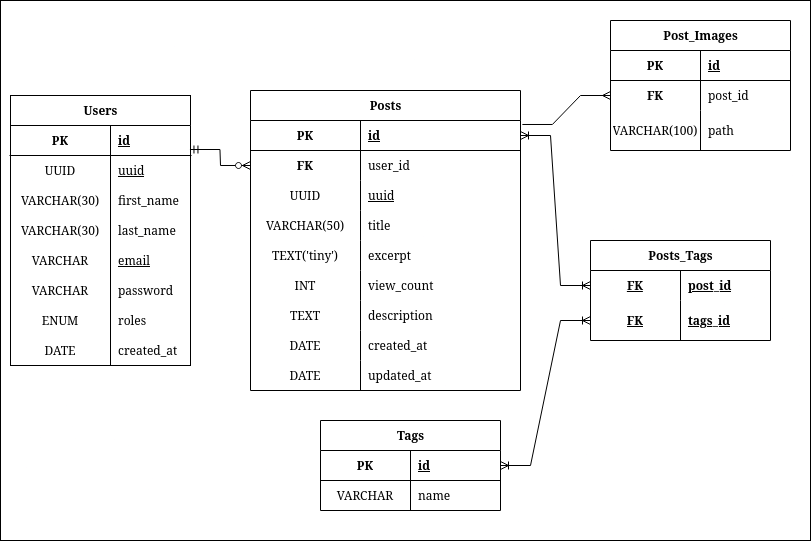
Leezan-1/Dummy_Blog keeps this draw.io diagram as Blog ERD.png. Above is the earlier version. Source tidied: cells renumbered, new cells last; positions are measured from the earlier drawing's top-left corner, leaving out a move shared by most shapes.
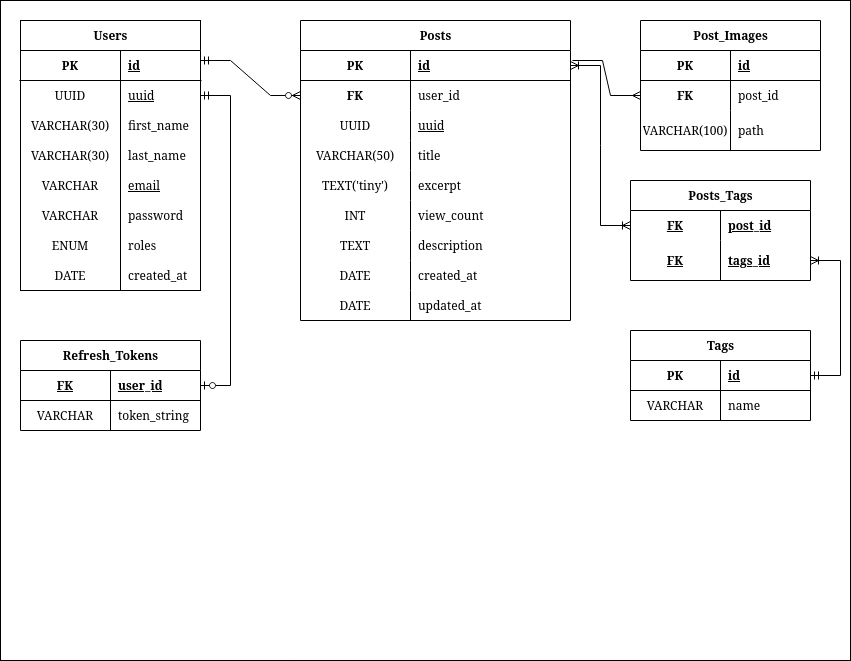
The same file after the commit.

Commit message:
building signup user controller

Change to the diagram source:
```diff
@@ -3,10 +3,10 @@
     <mxCell id="0" />
     <mxCell id="1" parent="0" />
     <mxCell id="2" style="rounded=0;whiteSpace=wrap;html=1;" parent="1" vertex="1">
-      <mxGeometry width="810" height="540" as="geometry" />
+      <mxGeometry x="-30" y="-70" width="850" height="660" as="geometry" />
     </mxCell>
     <mxCell id="3" value="Users" style="shape=table;startSize=30;rowLines=0;fontStyle=1;align=center;html=1;" parent="1" vertex="1">
-      <mxGeometry x="10" y="95" width="180" height="270" as="geometry" />
+      <mxGeometry x="-10" y="-50" width="180" height="270" as="geometry" />
     </mxCell>
     <mxCell id="4" style="shape=tableRow;horizontal=0;startSize=0;swimlaneHead=0;swimlaneBody=0;fillColor=none;points=[[0,0.5],[1,0.5]];portConstraint=eastwest;top=0;left=0;right=0;bottom=1;" parent="3" vertex="1">
       <mxGeometry y="30" width="180" height="30" as="geometry" />
@@ -81,7 +81,7 @@
       <mxGeometry x="100" width="80" height="30" as="geometry" />
     </mxCell>
     <mxCell id="28" value="Posts" style="shape=table;startSize=30;rowLines=0;fontStyle=1;align=center;html=1;" parent="1" vertex="1">
-      <mxGeometry x="250" y="90" width="270" height="300" as="geometry" />
+      <mxGeometry x="270" y="-50" width="270" height="300" as="geometry" />
     </mxCell>
     <mxCell id="29" style="shape=tableRow;horizontal=0;startSize=0;swimlaneHead=0;swimlaneBody=0;fillColor=none;points=[[0,0.5],[1,0.5]];portConstraint=eastwest;top=0;left=0;right=0;bottom=1;" parent="28" vertex="1">
       <mxGeometry y="30" width="270" height="30" as="geometry" />
@@ -165,7 +165,7 @@
       <mxGeometry x="110" width="160" height="30" as="geometry" />
     </mxCell>
     <mxCell id="56" value="Post_Images" style="shape=table;startSize=30;rowLines=0;fontStyle=1;align=center;html=1;" parent="1" vertex="1">
-      <mxGeometry x="610" y="20" width="180" height="130" as="geometry" />
+      <mxGeometry x="610" y="-50" width="180" height="130" as="geometry" />
     </mxCell>
     <mxCell id="57" style="shape=tableRow;horizontal=0;startSize=0;swimlaneHead=0;swimlaneBody=0;fillColor=none;top=0;left=0;right=0;bottom=1;" parent="56" vertex="1">
       <mxGeometry y="30" width="180" height="30" as="geometry" />
@@ -194,16 +194,21 @@
     <mxCell id="65" value="path" style="shape=partialRectangle;fillColor=none;top=0;left=0;bottom=0;right=0;align=left;spacingLeft=6;overflow=hidden;whiteSpace=wrap;html=1;" parent="63" vertex="1">
       <mxGeometry x="90" width="90" height="40" as="geometry" />
     </mxCell>
-    <mxCell id="66" style="edgeStyle=entityRelationEdgeStyle;fontSize=12;html=1;endArrow=ERmany;rounded=0;fontFamily=Helvetica;fontColor=default;fontStyle=1;exitX=1.007;exitY=0.133;exitDx=0;exitDy=0;entryX=0;entryY=0.5;entryDx=0;entryDy=0;exitPerimeter=0;" parent="1" edge="1" source="29" target="60">
+    <mxCell id="66" style="edgeStyle=entityRelationEdgeStyle;fontSize=12;html=1;endArrow=ERmany;rounded=0;fontFamily=Helvetica;fontColor=default;fontStyle=1;entryX=0;entryY=0.5;entryDx=0;entryDy=0;" parent="1" edge="1" target="60">
       <mxGeometry relative="1" as="geometry">
+        <mxPoint x="542" y="-10" as="sourcePoint" />
         <Array as="points">
+          <mxPoint x="590" y="-20" />
+          <mxPoint x="620" y="-16" />
+          <mxPoint x="590" y="-40" />
+          <mxPoint x="580" y="-16" />
           <mxPoint x="570" y="130" />
           <mxPoint x="570" y="130" />
         </Array>
       </mxGeometry>
     </mxCell>
     <mxCell id="67" value="Posts_Tags" style="shape=table;startSize=30;rowLines=0;fontStyle=1;align=center;html=1;" parent="1" vertex="1">
-      <mxGeometry x="590" y="240" width="180" height="100" as="geometry" />
+      <mxGeometry x="600" y="110" width="180" height="100" as="geometry" />
     </mxCell>
     <mxCell id="68" style="shape=tableRow;horizontal=0;startSize=0;swimlaneHead=0;swimlaneBody=0;fillColor=none;points=[[0,0.5],[1,0.5]];portConstraint=eastwest;top=0;left=0;right=0;bottom=0;" parent="67" vertex="1">
       <mxGeometry y="30" width="180" height="30" as="geometry" />
@@ -224,7 +229,7 @@
       <mxGeometry x="90" width="90" height="40" as="geometry" />
     </mxCell>
     <mxCell id="74" value="Tags" style="shape=table;startSize=30;rowLines=0;fontStyle=1;align=center;html=1;" parent="1" vertex="1">
-      <mxGeometry x="320" y="420" width="180" height="90" as="geometry" />
+      <mxGeometry x="600" y="260" width="180" height="90" as="geometry" />
     </mxCell>
     <mxCell id="75" style="shape=tableRow;horizontal=0;startSize=0;swimlaneHead=0;swimlaneBody=0;fillColor=none;points=[[0,0.5],[1,0.5]];portConstraint=eastwest;top=0;left=0;right=0;bottom=1;strokeColor=default;align=center;verticalAlign=middle;fontFamily=Helvetica;fontSize=12;fontColor=default;fontStyle=1;" parent="74" vertex="1">
       <mxGeometry y="30" width="180" height="30" as="geometry" />
@@ -244,15 +249,7 @@
     <mxCell id="80" value="name" style="shape=partialRectangle;fillColor=none;top=0;left=0;bottom=0;right=0;align=left;spacingLeft=6;overflow=hidden;fontStyle=0;" parent="78" vertex="1">
       <mxGeometry x="90" width="90" height="30" as="geometry" />
     </mxCell>
-    <mxCell id="81" style="edgeStyle=entityRelationEdgeStyle;fontSize=12;html=1;endArrow=ERoneToMany;startArrow=ERoneToMany;rounded=0;fontFamily=Helvetica;fontColor=default;fontStyle=1;entryX=0;entryY=0.5;entryDx=0;entryDy=0;exitX=1;exitY=0.5;exitDx=0;exitDy=0;" parent="1" edge="1" source="75" target="71">
-      <mxGeometry relative="1" as="geometry">
-        <Array as="points">
-          <mxPoint x="580" y="545" />
-          <mxPoint x="600" y="470" />
-        </Array>
-      </mxGeometry>
-    </mxCell>
-    <mxCell id="82" style="edgeStyle=entityRelationEdgeStyle;fontSize=12;html=1;endArrow=ERzeroToMany;startArrow=ERmandOne;rounded=0;fontFamily=Helvetica;fontColor=default;fontStyle=1;entryX=0;entryY=0.5;entryDx=0;entryDy=0;exitX=0.997;exitY=0.8;exitDx=0;exitDy=0;exitPerimeter=0;" parent="1" edge="1" source="4" target="32">
+    <mxCell id="82" style="edgeStyle=entityRelationEdgeStyle;fontSize=12;html=1;endArrow=ERzeroToMany;startArrow=ERmandOne;rounded=0;fontFamily=Helvetica;fontColor=default;fontStyle=1;entryX=0;entryY=0.5;entryDx=0;entryDy=0;exitX=1;exitY=0.333;exitDx=0;exitDy=0;exitPerimeter=0;" parent="1" edge="1" source="4" target="32">
       <mxGeometry relative="1" as="geometry">
         <Array as="points">
           <mxPoint x="210" y="165" />
@@ -260,7 +257,42 @@
       </mxGeometry>
     </mxCell>
     <mxCell id="83" style="edgeStyle=entityRelationEdgeStyle;fontSize=12;html=1;endArrow=ERoneToMany;startArrow=ERoneToMany;rounded=0;exitX=1;exitY=0.5;exitDx=0;exitDy=0;" parent="1" edge="1" source="29" target="68">
-      <mxGeometry relative="1" as="geometry" />
+      <mxGeometry relative="1" as="geometry">
+        <Array as="points">
+          <mxPoint x="560" y="110" />
+        </Array>
+      </mxGeometry>
     </mxCell>
+    <mxCell id="84" value="Refresh_Tokens" style="shape=table;startSize=30;rowLines=0;fontStyle=1;align=center;html=1;" parent="1" vertex="1">
+      <mxGeometry x="-10" y="270" width="180" height="90" as="geometry" />
+    </mxCell>
+    <mxCell id="85" style="shape=tableRow;horizontal=0;startSize=0;swimlaneHead=0;swimlaneBody=0;fillColor=none;points=[[0,0.5],[1,0.5]];portConstraint=eastwest;top=0;left=0;right=0;bottom=1;strokeColor=default;align=center;verticalAlign=middle;fontFamily=Helvetica;fontSize=12;fontColor=default;fontStyle=1;" parent="84" vertex="1">
+      <mxGeometry y="30" width="180" height="30" as="geometry" />
+    </mxCell>
+    <mxCell id="86" value="&lt;u&gt;FK&lt;/u&gt;" style="shape=partialRectangle;fillColor=none;top=0;left=0;bottom=0;right=0;fontStyle=1;overflow=hidden;whiteSpace=wrap;html=1;strokeColor=default;align=center;verticalAlign=middle;fontFamily=Helvetica;fontSize=12;fontColor=default;" parent="85" vertex="1">
+      <mxGeometry width="90" height="30" as="geometry" />
+    </mxCell>
+    <mxCell id="87" value="user_id" style="shape=partialRectangle;fillColor=none;top=0;left=0;bottom=0;right=0;align=left;spacingLeft=6;fontStyle=5;overflow=hidden;whiteSpace=wrap;html=1;strokeColor=default;verticalAlign=middle;fontFamily=Helvetica;fontSize=12;fontColor=default;" parent="85" vertex="1">
+      <mxGeometry x="90" width="90" height="30" as="geometry" />
+    </mxCell>
+    <mxCell id="88" style="shape=tableRow;horizontal=0;startSize=0;swimlaneHead=0;swimlaneBody=0;fillColor=none;top=0;left=0;right=0;bottom=0;" parent="84" vertex="1">
+      <mxGeometry y="60" width="180" height="30" as="geometry" />
+    </mxCell>
+    <mxCell id="89" value="VARCHAR" style="shape=partialRectangle;fillColor=none;top=0;left=0;bottom=0;right=0;overflow=hidden;fontStyle=0;" parent="88" vertex="1">
+      <mxGeometry width="90" height="30" as="geometry" />
+    </mxCell>
+    <mxCell id="90" value="token_string" style="shape=partialRectangle;fillColor=none;top=0;left=0;bottom=0;right=0;align=left;spacingLeft=6;overflow=hidden;fontStyle=0;" parent="88" vertex="1">
+      <mxGeometry x="90" width="90" height="30" as="geometry" />
+    </mxCell>
+    <mxCell id="91" style="edgeStyle=entityRelationEdgeStyle;fontSize=12;html=1;endArrow=ERzeroToOne;startArrow=ERmandOne;rounded=0;exitX=1;exitY=0.5;exitDx=0;exitDy=0;entryX=1;entryY=0.5;entryDx=0;entryDy=0;" parent="1" edge="1" source="7" target="85">
+      <mxGeometry relative="1" as="geometry">
+        <Array as="points">
+          <mxPoint x="200" y="170" />
+        </Array>
+      </mxGeometry>
+    </mxCell>
+    <mxCell id="92" style="edgeStyle=entityRelationEdgeStyle;fontSize=12;html=1;endArrow=ERoneToMany;startArrow=ERmandOne;rounded=0;exitX=1;exitY=0.5;exitDx=0;exitDy=0;" parent="1" edge="1" source="74" target="71">
+      <mxGeometry relative="1" as="geometry" />
+    </mxCell>
   </root>
 </mxGraphModel>
```
